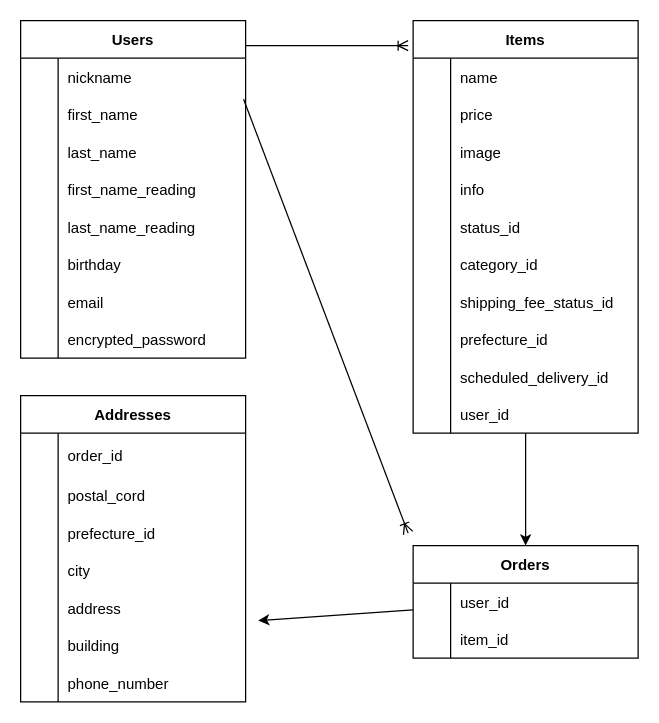
This is furima.dio from kzykH1015/furima-38139, a draw.io file, before an edit. Source tidied: cells renumbered, new cells numbered last; positions are measured from the earlier drawing's top-left corner, leaving out a move shared by most shapes. Both pictures are drawn from the tidied source at 125%, with x=0, y=0 at pixel (20, 20).
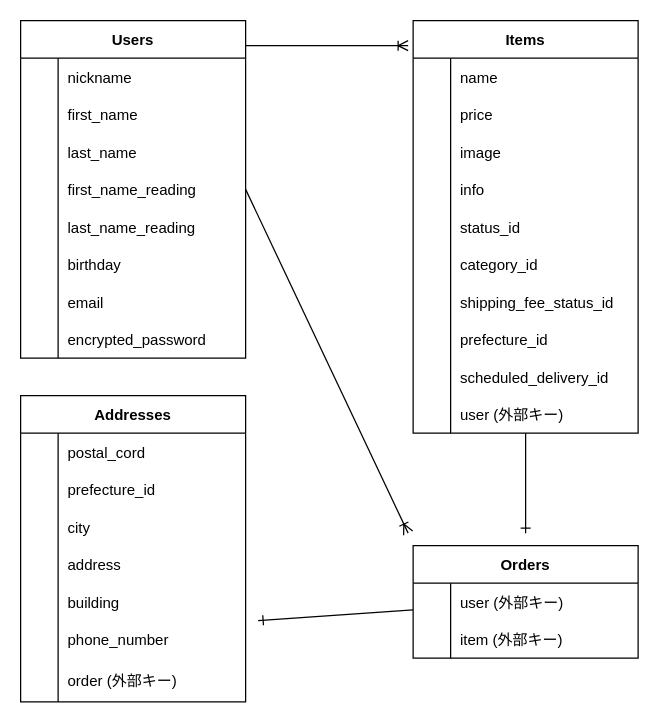
The same diagram, later.

Commit message:
データベース設計修正５

The change refers to these unchanged cells:
```xml
<mxCell id="3" style="shape=partialRectangle;fillColor=none;top=0;left=0;bottom=0;right=0;points=[[0,0.5],[1,0.5]];portConstraint=eastwest;" parent="2" vertex="1">
  <mxGeometry y="30" width="180" height="30" as="geometry" />
</mxCell>
<mxCell id="12" style="shape=partialRectangle;fillColor=none;top=0;left=0;bottom=0;right=0;points=[[0,0.5],[1,0.5]];portConstraint=eastwest;" parent="2" vertex="1">
  <mxGeometry y="120" width="180" height="30" as="geometry" />
</mxCell>
<mxCell id="28" value="Items" style="shape=table;startSize=30;childLayout=tableLayout;rowLines=0;fontStyle=1;align=center;" parent="1" vertex="1">
  <mxGeometry x="314" width="180" height="330" as="geometry" />
</mxCell>
<mxCell id="56" style="shape=partialRectangle;fillColor=none;top=0;left=0;bottom=0;right=0;" parent="28" vertex="1">
  <mxGeometry y="300" width="180" height="30" as="geometry" />
</mxCell>
<mxCell id="61" value="Orders" style="shape=table;startSize=30;childLayout=tableLayout;rowLines=0;fontStyle=1;align=center;" parent="1" vertex="1">
  <mxGeometry x="314" y="420" width="180" height="90" as="geometry" />
</mxCell>
<mxCell id="62" style="shape=partialRectangle;fillColor=none;top=0;left=0;bottom=0;right=0;" parent="61" vertex="1">
  <mxGeometry y="30" width="180" height="30" as="geometry" />
</mxCell>
<mxCell id="65" style="shape=partialRectangle;fillColor=none;top=0;left=0;bottom=0;right=0;" parent="61" vertex="1">
  <mxGeometry y="60" width="180" height="30" as="geometry" />
</mxCell>
<mxCell id="69" value="Addresses" style="shape=table;startSize=30;childLayout=tableLayout;rowLines=0;fontStyle=1;align=center;" parent="1" vertex="1">
  <mxGeometry y="300" width="180" height="245" as="geometry" />
</mxCell>
```

Diff of the diagram source:
```diff
@@
-    <mxCell id="27" style="edgeStyle=none;html=1;endArrow=classic;endFill=1;" parent="1" edge="1" source="28" target="61">
-      <mxGeometry relative="1" as="geometry" />
+    <mxCell id="27" style="edgeStyle=none;html=1;endArrow=ERone;endFill=0;" parent="1" edge="1" source="28">
+      <mxGeometry relative="1" as="geometry">
+        <mxPoint x="404" y="410" as="targetPoint" />
+      </mxGeometry>
     </mxCell>
@@
-    <mxCell id="58" value="user_id" style="shape=partialRectangle;fillColor=none;top=0;left=0;bottom=0;right=0;align=left;spacingLeft=6;overflow=hidden;" parent="56" vertex="1">
+    <mxCell id="58" value="user (外部キー)" style="shape=partialRectangle;fillColor=none;top=0;left=0;bottom=0;right=0;align=left;spacingLeft=6;overflow=hidden;" parent="56" vertex="1">
       <mxGeometry x="30" width="150" height="30" as="geometry" />
     </mxCell>
@@
-    <mxCell id="60" style="edgeStyle=none;html=1;endArrow=classic;endFill=1;" parent="1" edge="1" source="61">
+    <mxCell id="60" style="edgeStyle=none;html=1;endArrow=ERone;endFill=0;" parent="1" edge="1" source="61">
       <mxGeometry relative="1" as="geometry">
         <mxPoint x="190" y="480" as="targetPoint" />
       </mxGeometry>
     </mxCell>
@@
-    <mxCell id="64" value="user_id" style="shape=partialRectangle;fillColor=none;top=0;left=0;bottom=0;right=0;align=left;spacingLeft=6;overflow=hidden;" parent="62" vertex="1">
+    <mxCell id="64" value="user (外部キー)" style="shape=partialRectangle;fillColor=none;top=0;left=0;bottom=0;right=0;align=left;spacingLeft=6;overflow=hidden;" parent="62" vertex="1">
       <mxGeometry x="30" width="150" height="30" as="geometry" />
     </mxCell>
@@
-    <mxCell id="67" value="item_id" style="shape=partialRectangle;fillColor=none;top=0;left=0;bottom=0;right=0;align=left;spacingLeft=6;overflow=hidden;" parent="65" vertex="1">
+    <mxCell id="67" value="item (外部キー)" style="shape=partialRectangle;fillColor=none;top=0;left=0;bottom=0;right=0;align=left;spacingLeft=6;overflow=hidden;" parent="65" vertex="1">
       <mxGeometry x="30" width="150" height="30" as="geometry" />
     </mxCell>
@@
-    <mxCell id="70" style="shape=partialRectangle;fillColor=none;top=0;left=0;bottom=0;right=0;" parent="69" vertex="1">
-      <mxGeometry y="30" width="180" height="35" as="geometry" />
-    </mxCell>
-    <mxCell id="71" style="shape=partialRectangle;fillColor=none;top=0;left=0;bottom=0;right=0;overflow=hidden;" parent="70" vertex="1">
-      <mxGeometry width="30" height="35" as="geometry" />
-    </mxCell>
-    <mxCell id="72" value="order_id" style="shape=partialRectangle;fillColor=none;top=0;left=0;bottom=0;right=0;align=left;spacingLeft=6;overflow=hidden;" parent="70" vertex="1">
-      <mxGeometry x="30" width="150" height="35" as="geometry" />
-    </mxCell>
     <mxCell id="73" style="shape=partialRectangle;fillColor=none;top=0;left=0;bottom=0;right=0;" parent="69" vertex="1">
-      <mxGeometry y="65" width="180" height="30" as="geometry" />
+      <mxGeometry y="30" width="180" height="30" as="geometry" />
     </mxCell>
@@
     <mxCell id="76" style="shape=partialRectangle;fillColor=none;top=0;left=0;bottom=0;right=0;" parent="69" vertex="1">
-      <mxGeometry y="95" width="180" height="30" as="geometry" />
+      <mxGeometry y="60" width="180" height="30" as="geometry" />
     </mxCell>
@@
     <mxCell id="79" style="shape=partialRectangle;fillColor=none;top=0;left=0;bottom=0;right=0;" parent="69" vertex="1">
-      <mxGeometry y="125" width="180" height="30" as="geometry" />
+      <mxGeometry y="90" width="180" height="30" as="geometry" />
     </mxCell>
@@
     <mxCell id="82" style="shape=partialRectangle;fillColor=none;top=0;left=0;bottom=0;right=0;" parent="69" vertex="1">
-      <mxGeometry y="155" width="180" height="30" as="geometry" />
+      <mxGeometry y="120" width="180" height="30" as="geometry" />
     </mxCell>
@@
     <mxCell id="85" style="shape=partialRectangle;fillColor=none;top=0;left=0;bottom=0;right=0;" parent="69" vertex="1">
-      <mxGeometry y="185" width="180" height="30" as="geometry" />
+      <mxGeometry y="150" width="180" height="30" as="geometry" />
     </mxCell>
@@
     <mxCell id="88" style="shape=partialRectangle;fillColor=none;top=0;left=0;bottom=0;right=0;" parent="69" vertex="1">
-      <mxGeometry y="215" width="180" height="30" as="geometry" />
+      <mxGeometry y="180" width="180" height="30" as="geometry" />
     </mxCell>
@@
+    <mxCell id="70" style="shape=partialRectangle;fillColor=none;top=0;left=0;bottom=0;right=0;" parent="69" vertex="1">
+      <mxGeometry y="210" width="180" height="35" as="geometry" />
+    </mxCell>
+    <mxCell id="71" style="shape=partialRectangle;fillColor=none;top=0;left=0;bottom=0;right=0;overflow=hidden;" parent="70" vertex="1">
+      <mxGeometry width="30" height="35" as="geometry" />
+    </mxCell>
+    <mxCell id="72" value="order (外部キー)" style="shape=partialRectangle;fillColor=none;top=0;left=0;bottom=0;right=0;align=left;spacingLeft=6;overflow=hidden;" parent="70" vertex="1">
+      <mxGeometry x="30" width="150" height="35" as="geometry" />
+    </mxCell>
-    <mxCell id="91" style="edgeStyle=none;html=1;endArrow=ERoneToMany;endFill=0;exitX=0.991;exitY=1.098;exitDx=0;exitDy=0;exitPerimeter=0;" parent="1" edge="1" source="3">
+    <mxCell id="91" style="edgeStyle=none;html=1;endArrow=ERoneToMany;endFill=0;exitX=1;exitY=0.5;exitDx=0;exitDy=0;" parent="1" edge="1" source="12">
       <mxGeometry relative="1" as="geometry">
         <mxPoint x="310" y="410" as="targetPoint" />
       </mxGeometry>
     </mxCell>
```
